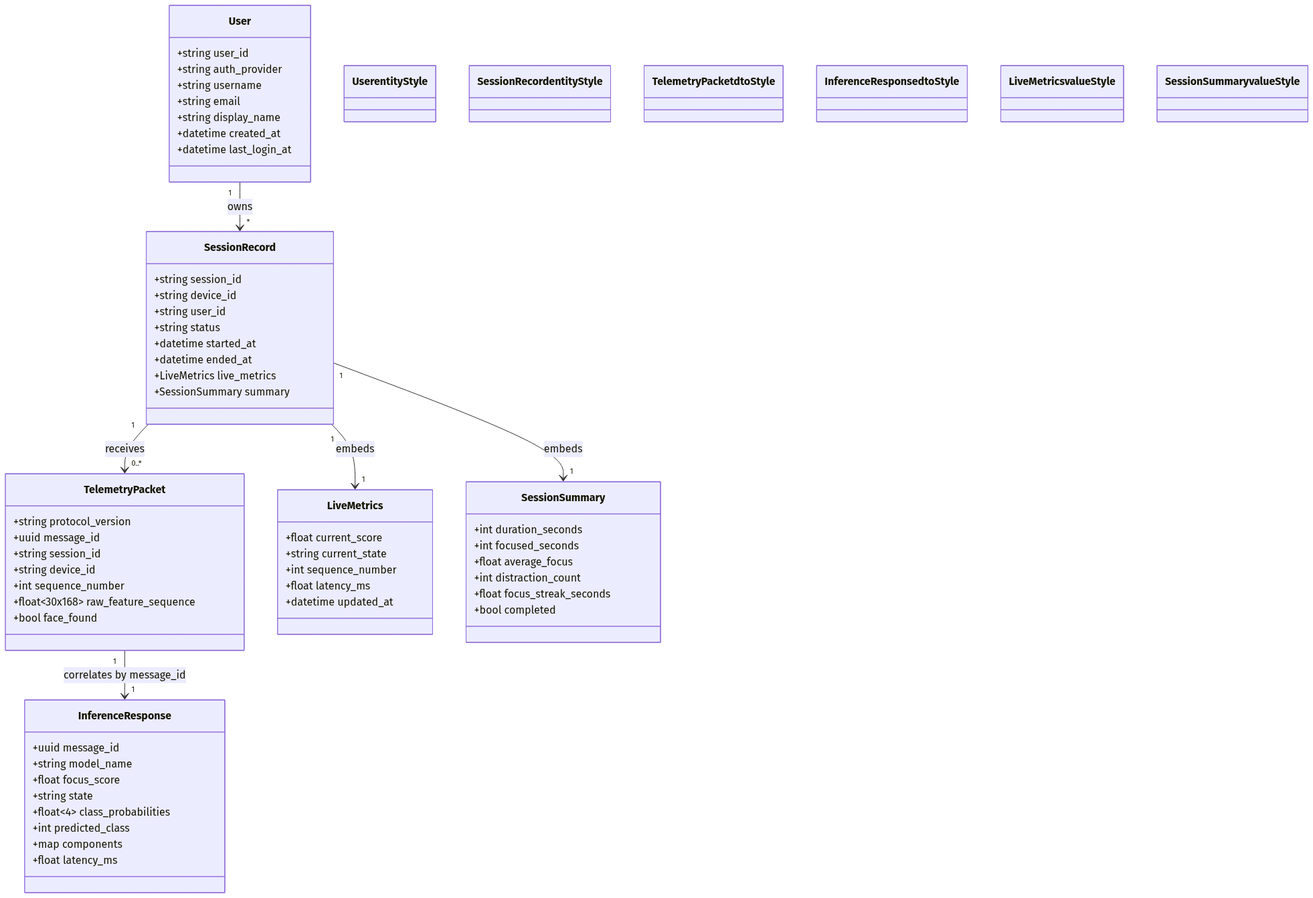
This is docs/uml/rendered/06_domain_model.png from nguyenhoangviethung/FocusTracker, a Mermaid export, as it was before one commit. Its source is kept beside it as docs/uml/06_domain_model.mmd.
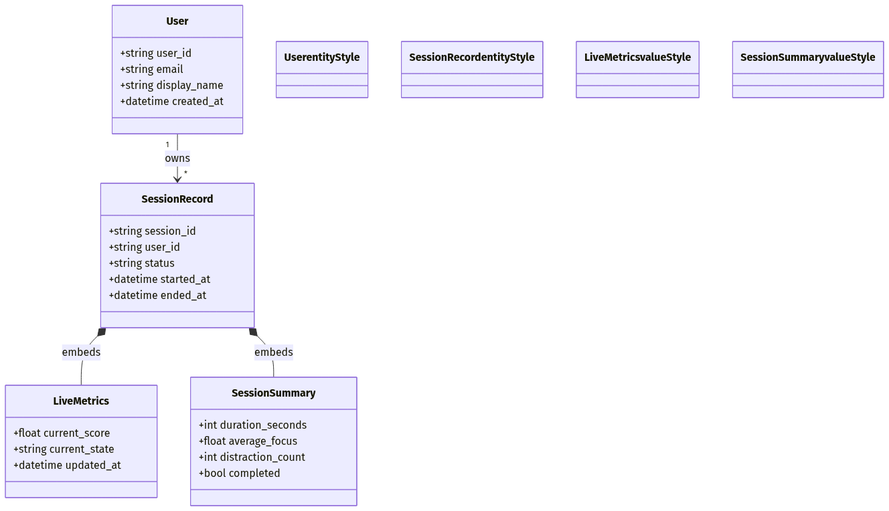
After the change.

Change to the diagram source:
```diff
@@ -3,76 +3,40 @@
 
     class User {
         +string user_id
-        +string auth_provider
-        +string username
         +string email
         +string display_name
         +datetime created_at
-        +datetime last_login_at
     }
 
     class SessionRecord {
         +string session_id
-        +string device_id
         +string user_id
         +string status
         +datetime started_at
         +datetime ended_at
-        +LiveMetrics live_metrics
-        +SessionSummary summary
-    }
-
-    class TelemetryPacket {
-        +string protocol_version
-        +uuid message_id
-        +string session_id
-        +string device_id
-        +int sequence_number
-        +float~30x168~ raw_feature_sequence
-        +bool face_found
-    }
-
-    class InferenceResponse {
-        +uuid message_id
-        +string model_name
-        +float focus_score
-        +string state
-        +float~4~ class_probabilities
-        +int predicted_class
-        +map components
-        +float latency_ms
     }
 
     class LiveMetrics {
         +float current_score
         +string current_state
-        +int sequence_number
-        +float latency_ms
         +datetime updated_at
     }
 
     class SessionSummary {
         +int duration_seconds
-        +int focused_seconds
         +float average_focus
         +int distraction_count
-        +float focus_streak_seconds
         +bool completed
     }
 
     User "1" --> "*" SessionRecord : owns
-    SessionRecord "1" --> "0..*" TelemetryPacket : receives
-    TelemetryPacket "1" --> "1" InferenceResponse : correlates by message_id
-    SessionRecord "1" --> "1" LiveMetrics : embeds
-    SessionRecord "1" --> "1" SessionSummary : embeds
+    SessionRecord *-- LiveMetrics : embeds
+    SessionRecord *-- SessionSummary : embeds
 
     classDef entityStyle fill:#ECFDF5,stroke:#10B981,stroke-width:1.5px,color:#065F46
-    classDef dtoStyle fill:#EFF6FF,stroke:#3B82F6,stroke-width:1.5px,color:#1E40AF
     classDef valueStyle fill:#FEF3C7,stroke:#D97706,stroke-width:1.5px,color:#92400E
 
     class User entityStyle
     class SessionRecord entityStyle
-    class TelemetryPacket dtoStyle
-    class InferenceResponse dtoStyle
     class LiveMetrics valueStyle
     class SessionSummary valueStyle
```
